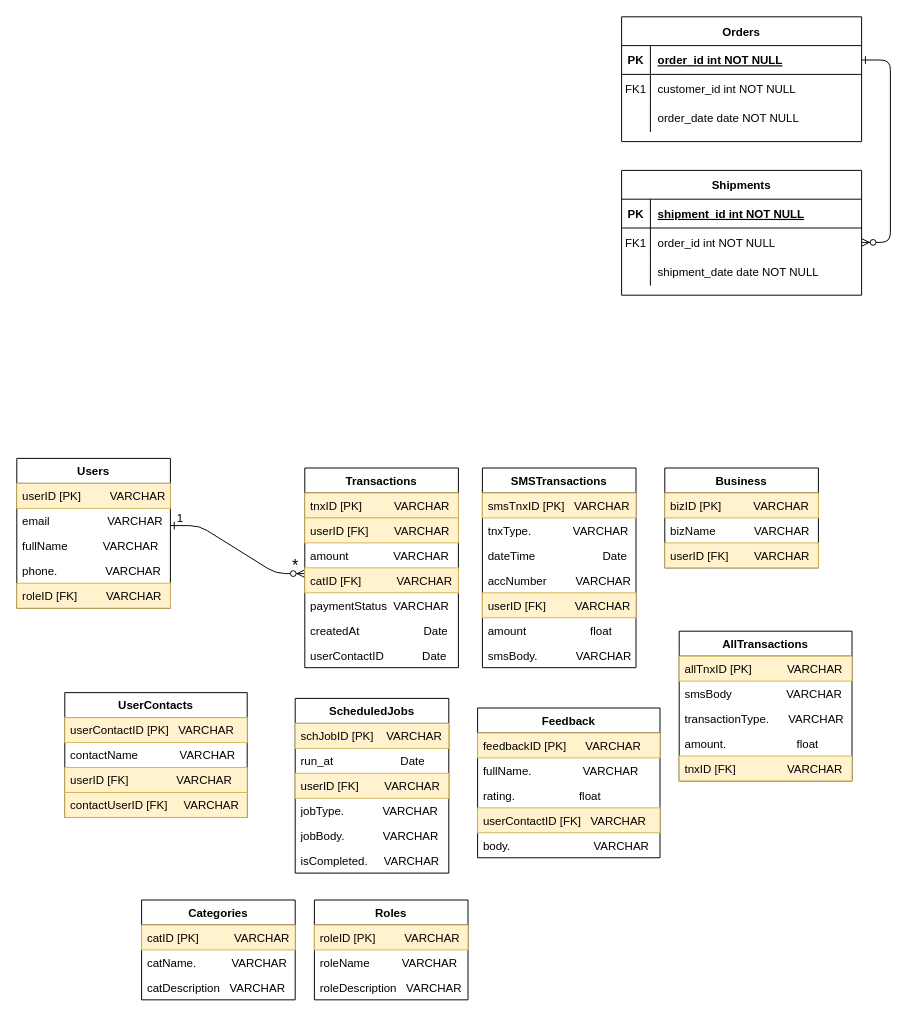
Before: ER-DDD-TASK-2.drawio in Abood2284/College_UML_diagram, a draw.io diagram. Source tidied: cells renumbered, new cells numbered last; positions are measured from the earlier drawing's top-left corner, leaving out a move shared by most shapes. Both pictures are drawn from the tidied source at 96%, with x=0, y=0 at pixel (16, 16).
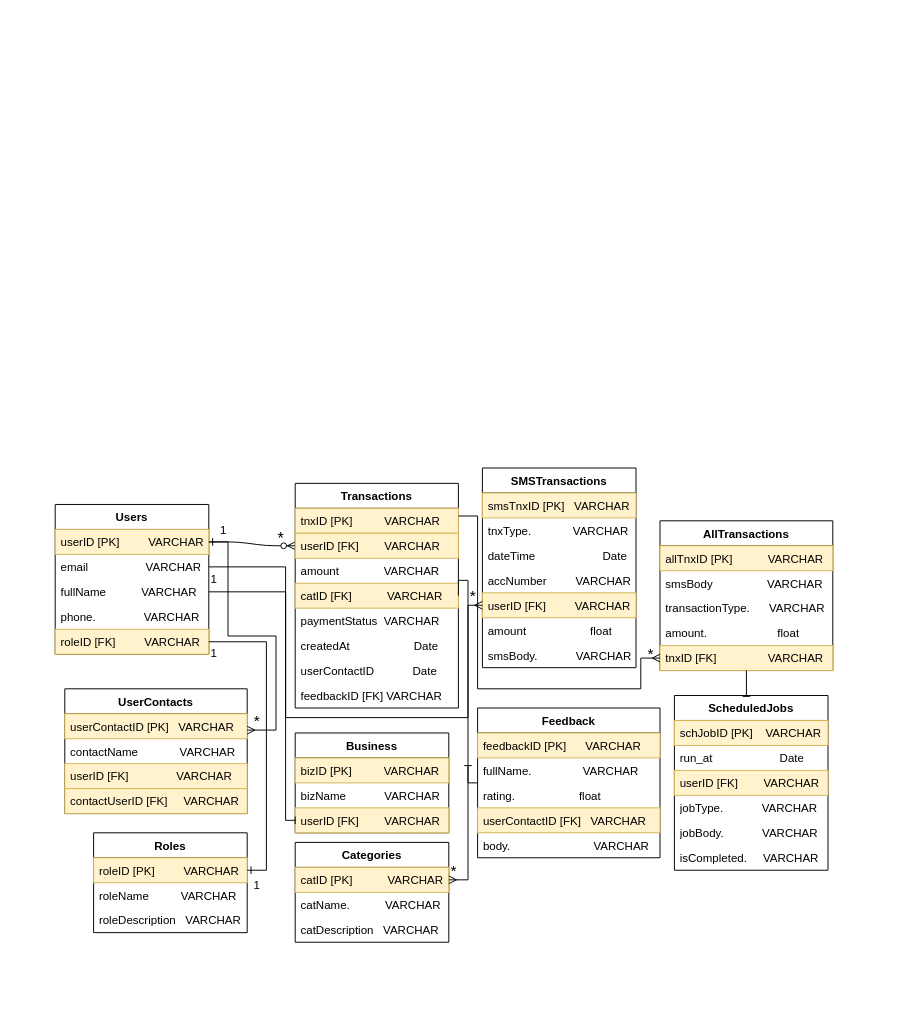
After the change.

Unchanged cells that the change refers to:
```xml
<mxCell id="39" value="Feedback" style="swimlane;fontStyle=1;align=center;verticalAlign=top;horizontal=1;startSize=26;whiteSpace=wrap;html=1;" parent="1" vertex="1">
  <mxGeometry x="480" y="720" width="190" height="156" as="geometry" />
</mxCell>
<mxCell id="46" value="userContactID [PK] &amp;nbsp; VARCHAR" style="text;strokeColor=#d6b656;fillColor=#fff2cc;align=left;verticalAlign=top;spacingLeft=4;spacingRight=4;overflow=hidden;points=[[0,0.5],[1,0.5]];portConstraint=eastwest;whiteSpace=wrap;html=1;" parent="45" vertex="1">
  <mxGeometry y="26" width="190" height="26" as="geometry" />
</mxCell>
<mxCell id="55" value="tnxID [FK] &amp;nbsp; &amp;nbsp; &amp;nbsp; &amp;nbsp; &amp;nbsp; &amp;nbsp; &amp;nbsp; &amp;nbsp;VARCHAR" style="text;align=left;verticalAlign=top;spacingLeft=4;spacingRight=4;overflow=hidden;points=[[0,0.5],[1,0.5]];portConstraint=eastwest;whiteSpace=wrap;html=1;fillColor=#fff2cc;strokeColor=#d6b656;" parent="50" vertex="1">
  <mxGeometry y="130" width="180" height="26" as="geometry" />
</mxCell>
<mxCell id="61" value="userID [FK] &amp;nbsp; &amp;nbsp; &amp;nbsp; &amp;nbsp; VARCHAR" style="text;align=left;verticalAlign=top;spacingLeft=4;spacingRight=4;overflow=hidden;points=[[0,0.5],[1,0.5]];portConstraint=eastwest;whiteSpace=wrap;html=1;fillColor=#fff2cc;strokeColor=#d6b656;" parent="56" vertex="1">
  <mxGeometry y="130" width="160" height="26" as="geometry" />
</mxCell>
<mxCell id="67" value="userID [FK] &amp;nbsp; &amp;nbsp; &amp;nbsp; &amp;nbsp;VARCHAR" style="text;align=left;verticalAlign=top;spacingLeft=4;spacingRight=4;overflow=hidden;points=[[0,0.5],[1,0.5]];portConstraint=eastwest;whiteSpace=wrap;html=1;fillColor=#fff2cc;strokeColor=#d6b656;" parent="64" vertex="1">
  <mxGeometry y="78" width="160" height="26" as="geometry" />
</mxCell>
<mxCell id="69" value="userID [PK] &amp;nbsp; &amp;nbsp; &amp;nbsp; &amp;nbsp; VARCHAR" style="text;strokeColor=#d6b656;fillColor=#fff2cc;align=left;verticalAlign=top;spacingLeft=4;spacingRight=4;overflow=hidden;points=[[0,0.5],[1,0.5]];portConstraint=eastwest;whiteSpace=wrap;html=1;" parent="68" vertex="1">
  <mxGeometry y="26" width="160" height="26" as="geometry" />
</mxCell>
<mxCell id="70" value="email &amp;nbsp; &amp;nbsp; &amp;nbsp; &amp;nbsp; &amp;nbsp; &amp;nbsp; &amp;nbsp; &amp;nbsp; &amp;nbsp;VARCHAR" style="text;align=left;verticalAlign=top;spacingLeft=4;spacingRight=4;overflow=hidden;points=[[0,0.5],[1,0.5]];portConstraint=eastwest;whiteSpace=wrap;html=1;" parent="68" vertex="1">
  <mxGeometry y="52" width="160" height="26" as="geometry" />
</mxCell>
<mxCell id="71" value="fullName &amp;nbsp; &amp;nbsp; &amp;nbsp; &amp;nbsp; &amp;nbsp; VARCHAR" style="text;align=left;verticalAlign=top;spacingLeft=4;spacingRight=4;overflow=hidden;points=[[0,0.5],[1,0.5]];portConstraint=eastwest;whiteSpace=wrap;html=1;" parent="68" vertex="1">
  <mxGeometry y="78" width="160" height="26" as="geometry" />
</mxCell>
<mxCell id="73" value="roleID [FK] &amp;nbsp; &amp;nbsp; &amp;nbsp; &amp;nbsp; VARCHAR" style="text;align=left;verticalAlign=top;spacingLeft=4;spacingRight=4;overflow=hidden;points=[[0,0.5],[1,0.5]];portConstraint=eastwest;whiteSpace=wrap;html=1;fillColor=#fff2cc;strokeColor=#d6b656;" parent="68" vertex="1">
  <mxGeometry y="130" width="160" height="26" as="geometry" />
</mxCell>
<mxCell id="75" value="catID [PK] &amp;nbsp; &amp;nbsp; &amp;nbsp; &amp;nbsp; &amp;nbsp; VARCHAR" style="text;strokeColor=#d6b656;fillColor=#fff2cc;align=left;verticalAlign=top;spacingLeft=4;spacingRight=4;overflow=hidden;points=[[0,0.5],[1,0.5]];portConstraint=eastwest;whiteSpace=wrap;html=1;" parent="74" vertex="1">
  <mxGeometry y="26" width="160" height="26" as="geometry" />
</mxCell>
<mxCell id="79" value="roleID [PK] &amp;nbsp; &amp;nbsp; &amp;nbsp; &amp;nbsp; VARCHAR" style="text;strokeColor=#d6b656;fillColor=#fff2cc;align=left;verticalAlign=top;spacingLeft=4;spacingRight=4;overflow=hidden;points=[[0,0.5],[1,0.5]];portConstraint=eastwest;whiteSpace=wrap;html=1;" parent="78" vertex="1">
  <mxGeometry y="26" width="160" height="26" as="geometry" />
</mxCell>
```

What changed in the source:
```diff
@@
-    <mxCell id="2" style="edgeStyle=entityRelationEdgeStyle;endArrow=ERzeroToMany;startArrow=ERone;endFill=1;startFill=0;entryX=0;entryY=0.231;entryDx=0;entryDy=0;entryPerimeter=0;" parent="1" edge="1" target="28">
+    <mxCell id="2" style="edgeStyle=entityRelationEdgeStyle;endArrow=ERzeroToMany;startArrow=ERone;endFill=1;startFill=0;exitX=1;exitY=0.5;exitDx=0;exitDy=0;" parent="1" edge="1" source="69" target="26">
       <mxGeometry relative="1" as="geometry">
-        <mxPoint x="160" y="530" as="sourcePoint" />
         <Array as="points">
           <mxPoint x="245" y="545" />
           <mxPoint x="215" y="475" />
         </Array>
       </mxGeometry>
     </mxCell>
-    <mxCell id="3" style="edgeStyle=entityRelationEdgeStyle;endArrow=ERzeroToMany;startArrow=ERone;endFill=1;startFill=0;" parent="1" edge="1" source="5" target="18">
-      <mxGeometry relative="1" as="geometry" />
-    </mxCell>
-    <mxCell id="4" value="Orders" style="shape=table;startSize=30;childLayout=tableLayout;rowLines=0;fontStyle=1;align=center;" parent="1" vertex="1">
-      <mxGeometry x="630" width="250" height="130" as="geometry" />
-    </mxCell>
-    <mxCell id="5" style="shape=partialRectangle;fillColor=none;points=[[0,0.5],[1,0.5]];portConstraint=eastwest;top=0;left=0;right=0;bottom=1;" parent="4" vertex="1">
-      <mxGeometry y="30" width="250" height="30" as="geometry" />
-    </mxCell>
-    <mxCell id="6" value="PK" style="shape=partialRectangle;overflow=hidden;fillColor=none;top=0;left=0;bottom=0;right=0;fontStyle=1;" parent="5" vertex="1">
-      <mxGeometry width="30" height="30" as="geometry" />
-    </mxCell>
-    <mxCell id="7" value="order_id int NOT NULL " style="shape=partialRectangle;overflow=hidden;fillColor=none;top=0;left=0;bottom=0;right=0;align=left;spacingLeft=6;fontStyle=5;" parent="5" vertex="1">
-      <mxGeometry x="30" width="220" height="30" as="geometry" />
-    </mxCell>
-    <mxCell id="8" style="shape=partialRectangle;fillColor=none;top=0;left=0;right=0;bottom=0;" parent="4" vertex="1">
-      <mxGeometry y="60" width="250" height="30" as="geometry" />
-    </mxCell>
-    <mxCell id="9" value="FK1" style="shape=partialRectangle;overflow=hidden;fillColor=none;top=0;left=0;bottom=0;right=0;" parent="8" vertex="1">
-      <mxGeometry width="30" height="30" as="geometry" />
-    </mxCell>
-    <mxCell id="10" value="customer_id int NOT NULL" style="shape=partialRectangle;overflow=hidden;fillColor=none;top=0;left=0;bottom=0;right=0;align=left;spacingLeft=6;" parent="8" vertex="1">
-      <mxGeometry x="30" width="220" height="30" as="geometry" />
-    </mxCell>
-    <mxCell id="11" style="shape=partialRectangle;fillColor=none;top=0;left=0;right=0;bottom=0;" parent="4" vertex="1">
-      <mxGeometry y="90" width="250" height="30" as="geometry" />
-    </mxCell>
-    <mxCell id="12" style="shape=partialRectangle;overflow=hidden;fillColor=none;top=0;left=0;bottom=0;right=0;" parent="11" vertex="1">
-      <mxGeometry width="30" height="30" as="geometry" />
-    </mxCell>
-    <mxCell id="13" value="order_date date NOT NULL" style="shape=partialRectangle;overflow=hidden;fillColor=none;top=0;left=0;bottom=0;right=0;align=left;spacingLeft=6;" parent="11" vertex="1">
-      <mxGeometry x="30" width="220" height="30" as="geometry" />
-    </mxCell>
-    <mxCell id="14" value="Shipments" style="shape=table;startSize=30;childLayout=tableLayout;rowLines=0;fontStyle=1;align=center;" parent="1" vertex="1">
-      <mxGeometry x="630" y="160" width="250" height="130" as="geometry" />
-    </mxCell>
-    <mxCell id="15" style="shape=partialRectangle;fillColor=none;top=0;left=0;right=0;bottom=1;" parent="14" vertex="1">
-      <mxGeometry y="30" width="250" height="30" as="geometry" />
-    </mxCell>
-    <mxCell id="16" value="PK" style="shape=partialRectangle;overflow=hidden;fillColor=none;top=0;left=0;bottom=0;right=0;fontStyle=1;" parent="15" vertex="1">
-      <mxGeometry width="30" height="30" as="geometry" />
-    </mxCell>
-    <mxCell id="17" value="shipment_id int NOT NULL " style="shape=partialRectangle;overflow=hidden;fillColor=none;top=0;left=0;bottom=0;right=0;align=left;spacingLeft=6;fontStyle=5;" parent="15" vertex="1">
-      <mxGeometry x="30" width="220" height="30" as="geometry" />
-    </mxCell>
-    <mxCell id="18" style="shape=partialRectangle;fillColor=none;points=[[0,0.5],[1,0.5]];portConstraint=eastwest;top=0;left=0;right=0;bottom=0;" parent="14" vertex="1">
-      <mxGeometry y="60" width="250" height="30" as="geometry" />
-    </mxCell>
-    <mxCell id="19" value="FK1" style="shape=partialRectangle;overflow=hidden;fillColor=none;top=0;left=0;bottom=0;right=0;" parent="18" vertex="1">
-      <mxGeometry width="30" height="30" as="geometry" />
-    </mxCell>
-    <mxCell id="20" value="order_id int NOT NULL" style="shape=partialRectangle;overflow=hidden;fillColor=none;top=0;left=0;bottom=0;right=0;align=left;spacingLeft=6;" parent="18" vertex="1">
-      <mxGeometry x="30" width="220" height="30" as="geometry" />
-    </mxCell>
-    <mxCell id="21" style="shape=partialRectangle;fillColor=none;top=0;left=0;right=0;bottom=0;" parent="14" vertex="1">
-      <mxGeometry y="90" width="250" height="30" as="geometry" />
-    </mxCell>
-    <mxCell id="22" style="shape=partialRectangle;overflow=hidden;fillColor=none;top=0;left=0;bottom=0;right=0;" parent="21" vertex="1">
-      <mxGeometry width="30" height="30" as="geometry" />
-    </mxCell>
-    <mxCell id="23" value="shipment_date date NOT NULL" style="shape=partialRectangle;overflow=hidden;fillColor=none;top=0;left=0;bottom=0;right=0;align=left;spacingLeft=6;" parent="21" vertex="1">
-      <mxGeometry x="30" width="220" height="30" as="geometry" />
-    </mxCell>
     <mxCell id="24" value="Transactions" style="swimlane;fontStyle=1;align=center;verticalAlign=top;horizontal=1;startSize=26;whiteSpace=wrap;html=1;" parent="1" vertex="1">
-      <mxGeometry x="300" y="470" width="160" height="208" as="geometry" />
+      <mxGeometry x="290" y="486" width="170" height="234" as="geometry" />
     </mxCell>
     <mxCell id="25" value="tnxID [PK] &amp;nbsp; &amp;nbsp; &amp;nbsp; &amp;nbsp; &amp;nbsp;VARCHAR" style="text;strokeColor=#d6b656;fillColor=#fff2cc;align=left;verticalAlign=top;spacingLeft=4;spacingRight=4;overflow=hidden;points=[[0,0.5],[1,0.5]];portConstraint=eastwest;whiteSpace=wrap;html=1;" parent="24" vertex="1">
-      <mxGeometry y="26" width="160" height="26" as="geometry" />
+      <mxGeometry y="26" width="170" height="26" as="geometry" />
     </mxCell>
     <mxCell id="26" value="userID [FK] &amp;nbsp; &amp;nbsp; &amp;nbsp; &amp;nbsp;VARCHAR" style="text;align=left;verticalAlign=top;spacingLeft=4;spacingRight=4;overflow=hidden;points=[[0,0.5],[1,0.5]];portConstraint=eastwest;whiteSpace=wrap;html=1;fillColor=#fff2cc;strokeColor=#d6b656;" parent="24" vertex="1">
-      <mxGeometry y="52" width="160" height="26" as="geometry" />
+      <mxGeometry y="52" width="170" height="26" as="geometry" />
     </mxCell>
     <mxCell id="27" value="amount &amp;nbsp; &amp;nbsp; &amp;nbsp; &amp;nbsp; &amp;nbsp; &amp;nbsp; &amp;nbsp;VARCHAR" style="text;align=left;verticalAlign=top;spacingLeft=4;spacingRight=4;overflow=hidden;whiteSpace=wrap;html=1;" parent="24" vertex="1">
-      <mxGeometry y="78" width="160" height="26" as="geometry" />
+      <mxGeometry y="78" width="170" height="26" as="geometry" />
     </mxCell>
     <mxCell id="28" value="catID [FK] &amp;nbsp; &amp;nbsp; &amp;nbsp; &amp;nbsp; &amp;nbsp; VARCHAR" style="text;align=left;verticalAlign=top;spacingLeft=4;spacingRight=4;overflow=hidden;points=[[0,0.5],[1,0.5]];portConstraint=eastwest;whiteSpace=wrap;html=1;fillColor=#fff2cc;strokeColor=#d6b656;" parent="24" vertex="1">
-      <mxGeometry y="104" width="160" height="26" as="geometry" />
+      <mxGeometry y="104" width="170" height="26" as="geometry" />
     </mxCell>
     <mxCell id="29" value="paymentStatus &amp;nbsp;VARCHAR" style="text;align=left;verticalAlign=top;spacingLeft=4;spacingRight=4;overflow=hidden;whiteSpace=wrap;html=1;" parent="24" vertex="1">
-      <mxGeometry y="130" width="160" height="26" as="geometry" />
+      <mxGeometry y="130" width="170" height="26" as="geometry" />
     </mxCell>
     <mxCell id="30" value="createdAt &amp;nbsp; &amp;nbsp; &amp;nbsp; &amp;nbsp; &amp;nbsp; &amp;nbsp; &amp;nbsp; &amp;nbsp; &amp;nbsp; &amp;nbsp;Date" style="text;align=left;verticalAlign=top;spacingLeft=4;spacingRight=4;overflow=hidden;whiteSpace=wrap;html=1;" parent="24" vertex="1">
-      <mxGeometry y="156" width="160" height="26" as="geometry" />
+      <mxGeometry y="156" width="170" height="26" as="geometry" />
     </mxCell>
     <mxCell id="31" value="userContactID &amp;nbsp; &amp;nbsp; &amp;nbsp; &amp;nbsp; &amp;nbsp; &amp;nbsp;Date" style="text;align=left;verticalAlign=top;spacingLeft=4;spacingRight=4;overflow=hidden;whiteSpace=wrap;html=1;" parent="24" vertex="1">
-      <mxGeometry y="182" width="160" height="26" as="geometry" />
+      <mxGeometry y="182" width="170" height="26" as="geometry" />
     </mxCell>
+    <mxCell id="84" value="feedbackID [FK] VARCHAR" style="text;align=left;verticalAlign=top;spacingLeft=4;spacingRight=4;overflow=hidden;whiteSpace=wrap;html=1;" parent="24" vertex="1">
+      <mxGeometry y="208" width="170" height="26" as="geometry" />
+    </mxCell>
     <mxCell id="32" value="ScheduledJobs" style="swimlane;fontStyle=1;align=center;verticalAlign=top;horizontal=1;startSize=26;whiteSpace=wrap;html=1;" parent="1" vertex="1">
-      <mxGeometry x="290" y="710" width="160" height="182" as="geometry" />
+      <mxGeometry x="685" y="707" width="160" height="182" as="geometry" />
     </mxCell>
@@
+    <mxCell id="85" style="edgeStyle=orthogonalEdgeStyle;rounded=0;jettySize=auto;html=1;endArrow=baseDash;endFill=0;" parent="1" edge="1" source="39">
+      <mxGeometry relative="1" as="geometry">
+        <mxPoint x="470" y="780" as="targetPoint" />
+        <Array as="points">
+          <mxPoint x="470" y="798" />
+        </Array>
+      </mxGeometry>
+    </mxCell>
@@
     <mxCell id="45" value="UserContacts" style="swimlane;fontStyle=1;align=center;verticalAlign=top;horizontal=1;startSize=26;whiteSpace=wrap;html=1;" parent="1" vertex="1">
-      <mxGeometry x="50" y="704" width="190" height="130" as="geometry" />
+      <mxGeometry x="50" y="700" width="190" height="130" as="geometry" />
     </mxCell>
@@
     <mxCell id="50" value="AllTransactions" style="swimlane;fontStyle=1;align=center;verticalAlign=top;horizontal=1;startSize=26;whiteSpace=wrap;html=1;" parent="1" vertex="1">
-      <mxGeometry x="690" y="640" width="180" height="156" as="geometry" />
+      <mxGeometry x="670" y="525" width="180" height="156" as="geometry" />
     </mxCell>
@@
     <mxCell id="64" value="Business" style="swimlane;fontStyle=1;align=center;verticalAlign=top;horizontal=1;startSize=26;whiteSpace=wrap;html=1;" parent="1" vertex="1">
-      <mxGeometry x="675" y="470" width="160" height="104" as="geometry" />
+      <mxGeometry x="290" y="746" width="160" height="104" as="geometry" />
     </mxCell>
@@
     <mxCell id="68" value="Users" style="swimlane;fontStyle=1;align=center;verticalAlign=top;horizontal=1;startSize=26;whiteSpace=wrap;html=1;" parent="1" vertex="1">
-      <mxGeometry y="460" width="160" height="156" as="geometry" />
+      <mxGeometry x="40" y="508" width="160" height="156" as="geometry" />
     </mxCell>
@@
     <mxCell id="74" value="Categories" style="swimlane;fontStyle=1;align=center;verticalAlign=top;horizontal=1;startSize=26;whiteSpace=wrap;html=1;" parent="1" vertex="1">
-      <mxGeometry x="130" y="920" width="160" height="104" as="geometry" />
+      <mxGeometry x="290" y="860" width="160" height="104" as="geometry" />
     </mxCell>
@@
     <mxCell id="78" value="Roles" style="swimlane;fontStyle=1;align=center;verticalAlign=top;horizontal=1;startSize=26;whiteSpace=wrap;html=1;" parent="1" vertex="1">
-      <mxGeometry x="310" y="920" width="160" height="104" as="geometry" />
+      <mxGeometry x="80" y="850" width="160" height="104" as="geometry" />
     </mxCell>
@@
     <mxCell id="82" value="1" style="text;html=1;align=center;verticalAlign=middle;strokeColor=none;fillColor=none;" parent="1" vertex="1">
-      <mxGeometry x="155" y="508" width="30" height="30" as="geometry" />
+      <mxGeometry x="200" y="520" width="30" height="30" as="geometry" />
     </mxCell>
     <mxCell id="83" value="&lt;font style=&quot;font-size: 17px;&quot;&gt;*&lt;/font&gt;" style="text;html=1;align=center;verticalAlign=middle;strokeColor=none;fillColor=none;" parent="1" vertex="1">
-      <mxGeometry x="275" y="558" width="30" height="30" as="geometry" />
+      <mxGeometry x="260" y="530" width="30" height="30" as="geometry" />
     </mxCell>
+    <mxCell id="86" style="edgeStyle=orthogonalEdgeStyle;rounded=0;jettySize=auto;html=1;exitX=1;exitY=0.5;exitDx=0;exitDy=0;entryX=1;entryY=0.5;entryDx=0;entryDy=0;endArrow=ERone;endFill=0;" parent="1" edge="1" source="73" target="79">
+      <mxGeometry relative="1" as="geometry" />
+    </mxCell>
+    <mxCell id="87" style="edgeStyle=orthogonalEdgeStyle;rounded=0;jettySize=auto;html=1;endArrow=ERmany;endFill=0;" parent="1" edge="1" source="69" target="46">
+      <mxGeometry relative="1" as="geometry">
+        <Array as="points">
+          <mxPoint x="220" y="547" />
+          <mxPoint x="220" y="645" />
+          <mxPoint x="270" y="645" />
+          <mxPoint x="270" y="743" />
+        </Array>
+      </mxGeometry>
+    </mxCell>
+    <mxCell id="88" style="edgeStyle=orthogonalEdgeStyle;rounded=0;jettySize=auto;html=1;exitX=1;exitY=0.5;exitDx=0;exitDy=0;endArrow=ERmany;endFill=0;entryX=1;entryY=0.5;entryDx=0;entryDy=0;" parent="1" edge="1" source="28" target="75">
+      <mxGeometry relative="1" as="geometry">
+        <Array as="points">
+          <mxPoint x="460" y="587" />
+          <mxPoint x="470" y="587" />
+          <mxPoint x="470" y="899" />
+        </Array>
+      </mxGeometry>
+    </mxCell>
+    <mxCell id="89" style="edgeStyle=orthogonalEdgeStyle;rounded=0;jettySize=auto;html=1;endArrow=baseDash;endFill=0;entryX=0;entryY=0.5;entryDx=0;entryDy=0;" parent="1" edge="1" source="71" target="67">
+      <mxGeometry relative="1" as="geometry">
+        <Array as="points">
+          <mxPoint x="280" y="599" />
+          <mxPoint x="280" y="837" />
+        </Array>
+      </mxGeometry>
+    </mxCell>
+    <mxCell id="90" style="edgeStyle=orthogonalEdgeStyle;rounded=0;jettySize=auto;html=1;entryX=0;entryY=0.5;entryDx=0;entryDy=0;endArrow=ERmany;endFill=0;" parent="1" edge="1" source="25" target="55">
+      <mxGeometry relative="1" as="geometry">
+        <Array as="points">
+          <mxPoint x="480" y="520" />
+          <mxPoint x="480" y="700" />
+          <mxPoint x="650" y="700" />
+          <mxPoint x="650" y="668" />
+        </Array>
+      </mxGeometry>
+    </mxCell>
+    <mxCell id="91" style="edgeStyle=orthogonalEdgeStyle;rounded=0;jettySize=auto;html=1;endArrow=ERmany;endFill=0;" parent="1" edge="1" source="70" target="61">
+      <mxGeometry relative="1" as="geometry">
+        <Array as="points">
+          <mxPoint x="280" y="573" />
+          <mxPoint x="280" y="730" />
+          <mxPoint x="470" y="730" />
+          <mxPoint x="470" y="613" />
+        </Array>
+      </mxGeometry>
+    </mxCell>
+    <mxCell id="92" value="&lt;font style=&quot;font-size: 16px;&quot;&gt;*&lt;/font&gt;" style="text;html=1;align=center;verticalAlign=middle;strokeColor=none;fillColor=none;" parent="1" vertex="1">
+      <mxGeometry x="235" y="718" width="30" height="30" as="geometry" />
+    </mxCell>
+    <mxCell id="93" value="1" style="text;html=1;align=center;verticalAlign=middle;strokeColor=none;fillColor=none;" parent="1" vertex="1">
+      <mxGeometry x="235" y="890" width="30" height="30" as="geometry" />
+    </mxCell>
+    <mxCell id="94" value="1" style="text;html=1;align=center;verticalAlign=middle;strokeColor=none;fillColor=none;" parent="1" vertex="1">
+      <mxGeometry x="190" y="571" width="30" height="30" as="geometry" />
+    </mxCell>
+    <mxCell id="95" value="1" style="text;html=1;align=center;verticalAlign=middle;strokeColor=none;fillColor=none;" parent="1" vertex="1">
+      <mxGeometry x="190" y="648" width="30" height="30" as="geometry" />
+    </mxCell>
+    <mxCell id="96" value="&lt;font style=&quot;font-size: 16px;&quot;&gt;*&lt;/font&gt;" style="text;html=1;align=center;verticalAlign=middle;strokeColor=none;fillColor=none;" parent="1" vertex="1">
+      <mxGeometry x="645" y="648" width="30" height="30" as="geometry" />
+    </mxCell>
+    <mxCell id="97" style="edgeStyle=orthogonalEdgeStyle;rounded=0;jettySize=auto;html=1;exitX=0.5;exitY=1;exitDx=0;exitDy=0;entryX=0.469;entryY=0.005;entryDx=0;entryDy=0;entryPerimeter=0;endArrow=baseDash;endFill=0;" parent="1" edge="1" source="50" target="32">
+      <mxGeometry relative="1" as="geometry" />
+    </mxCell>
+    <mxCell id="98" value="&lt;font style=&quot;font-size: 16px;&quot;&gt;*&lt;/font&gt;" style="text;html=1;align=center;verticalAlign=middle;strokeColor=none;fillColor=none;" parent="1" vertex="1">
+      <mxGeometry x="460" y="588" width="30" height="30" as="geometry" />
+    </mxCell>
+    <mxCell id="99" value="&lt;font style=&quot;font-size: 16px;&quot;&gt;*&lt;/font&gt;" style="text;html=1;align=center;verticalAlign=middle;strokeColor=none;fillColor=none;" parent="1" vertex="1">
+      <mxGeometry x="440" y="875" width="30" height="30" as="geometry" />
+    </mxCell>
```
